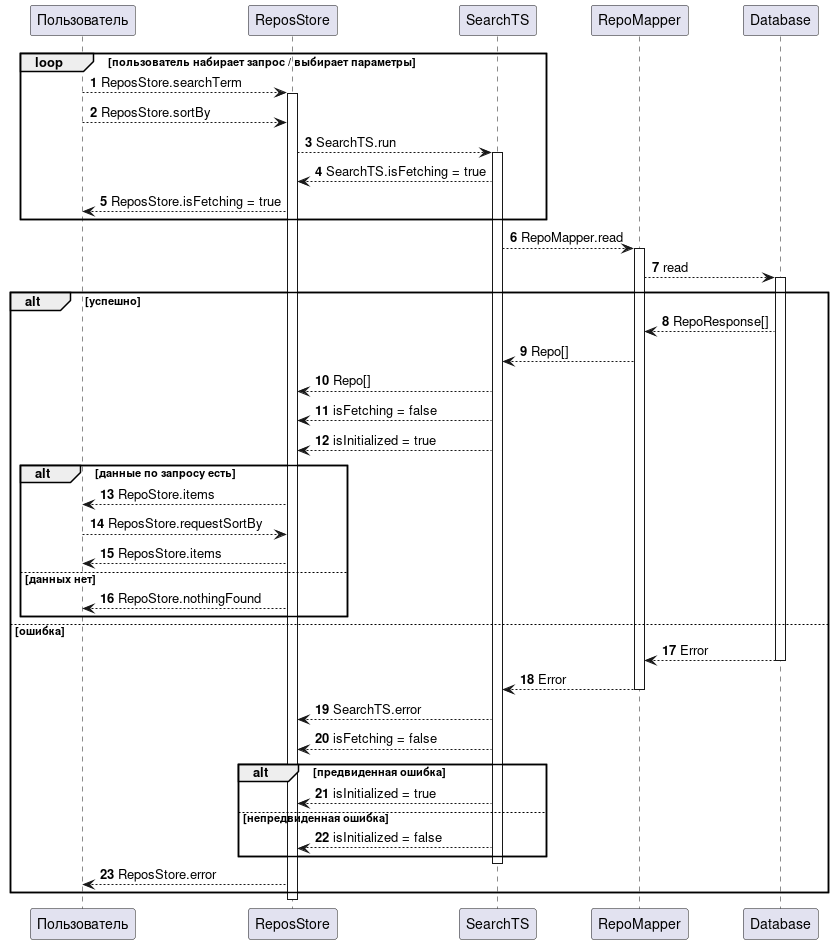
The PlantUML diagram docs/Sequence_diagram.png in RepoAnalyzer/repolier-frontend, before a commit.
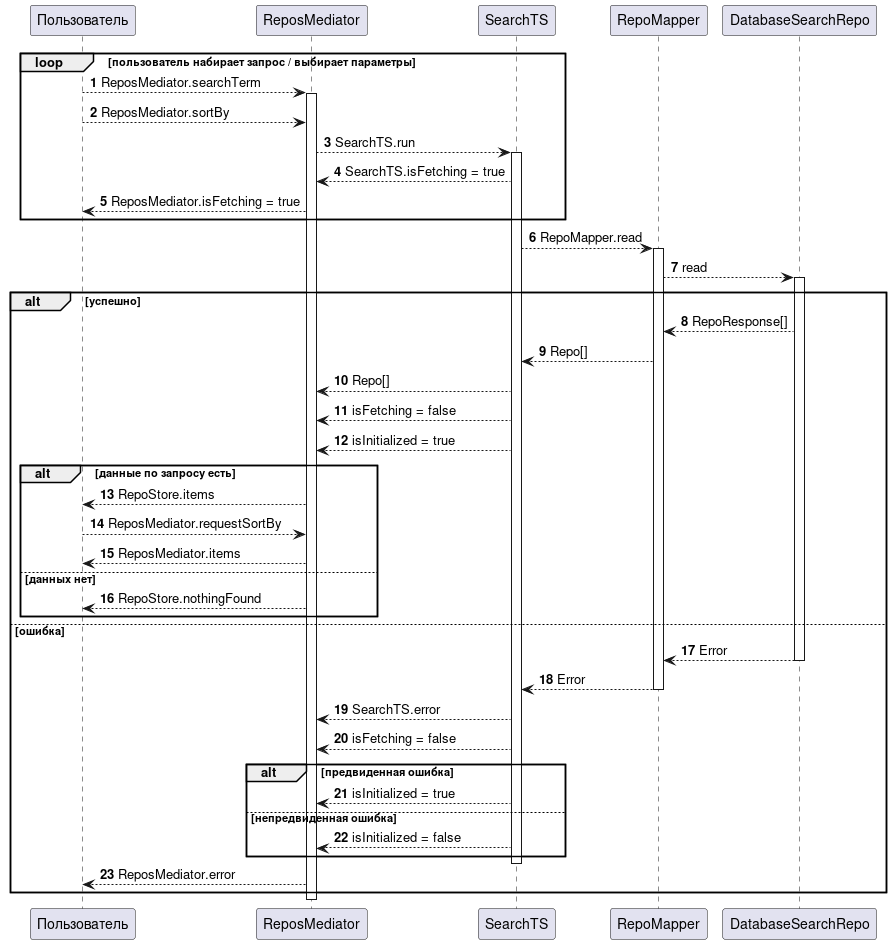
The same file after the commit.

Commit message:
docs(Sequence_diagram): changed sequence diagram according to new patterns

The edit, as a diff of the source:
```diff
@@ -3,51 +3,51 @@
 participant Пользователь as U
 
 loop пользователь набирает запрос / выбирает параметры
-    U --> ReposStore: ReposStore.searchTerm
-    activate ReposStore
-    U --> ReposStore: ReposStore.sortBy
-    ReposStore --> SearchTS: SearchTS.run
+    U --> ReposMediator: ReposMediator.searchTerm
+    activate ReposMediator
+    U --> ReposMediator: ReposMediator.sortBy
+    ReposMediator --> SearchTS: SearchTS.run
     activate SearchTS
-    ReposStore <-- SearchTS: SearchTS.isFetching = true
-    U <-- ReposStore: ReposStore.isFetching = true
+    ReposMediator <-- SearchTS: SearchTS.isFetching = true
+    U <-- ReposMediator: ReposMediator.isFetching = true
 end
 
 SearchTS --> RepoMapper: RepoMapper.read
 activate RepoMapper
-RepoMapper --> Database: read
-activate Database
+RepoMapper --> DatabaseSearchRepo: read
+activate DatabaseSearchRepo
 
 alt успешно
-    RepoMapper <-- Database: RepoResponse[]
+    RepoMapper <-- DatabaseSearchRepo: RepoResponse[]
     SearchTS <-- RepoMapper: Repo[]
-    ReposStore <-- SearchTS: Repo[]
-    ReposStore <-- SearchTS: isFetching = false
-    ReposStore <-- SearchTS: isInitialized = true
+    ReposMediator <-- SearchTS: Repo[]
+    ReposMediator <-- SearchTS: isFetching = false
+    ReposMediator <-- SearchTS: isInitialized = true
     alt данные по запросу есть
-        U <-- ReposStore: RepoStore.items
+        U <-- ReposMediator: RepoStore.items
 
-        U --> ReposStore : ReposStore.requestSortBy
-        U <-- ReposStore : ReposStore.items
+        U --> ReposMediator : ReposMediator.requestSortBy
+        U <-- ReposMediator : ReposMediator.items
     else данных нет
-        U <-- ReposStore: RepoStore.nothingFound
+        U <-- ReposMediator: RepoStore.nothingFound
     end
 else ошибка
-    RepoMapper <-- Database: Error
-    deactivate Database
+    RepoMapper <-- DatabaseSearchRepo: Error
+    deactivate DatabaseSearchRepo
     SearchTS <-- RepoMapper: Error
     deactivate RepoMapper
-    ReposStore <-- SearchTS: SearchTS.error
-    ReposStore <-- SearchTS: isFetching = false
+    ReposMediator <-- SearchTS: SearchTS.error
+    ReposMediator <-- SearchTS: isFetching = false
     alt предвиденная ошибка
-        ReposStore <-- SearchTS: isInitialized = true
+        ReposMediator <-- SearchTS: isInitialized = true
     else непредвиденная ошибка
-        ReposStore <-- SearchTS: isInitialized = false
+        ReposMediator <-- SearchTS: isInitialized = false
     end
 
     deactivate SearchTS
-    U <-- ReposStore: ReposStore.error
+    U <-- ReposMediator: ReposMediator.error
 end
 
-deactivate ReposStore
+deactivate ReposMediator
 
 @enduml
```
